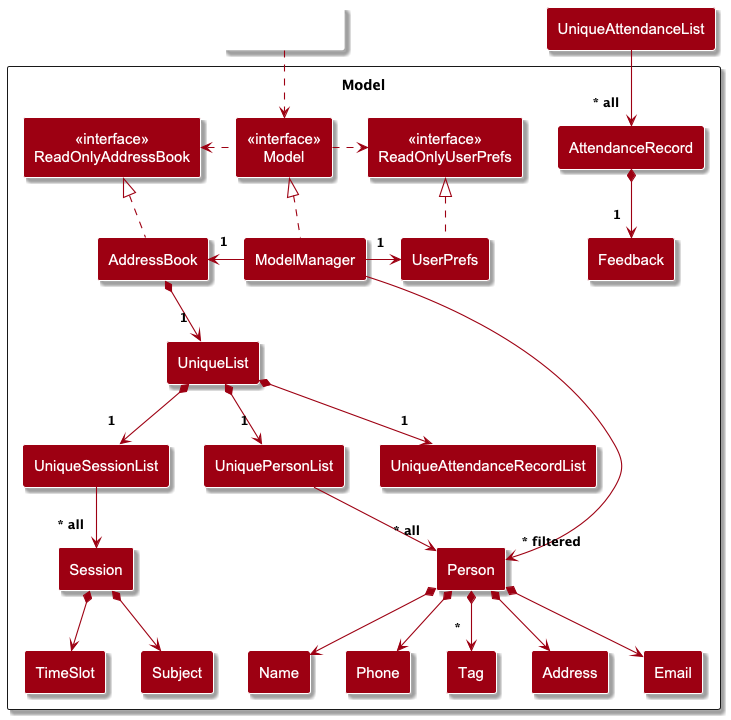
Earlier version of the PlantUML export docs/images/ModelClassDiagram.png (themintchoco/tp).
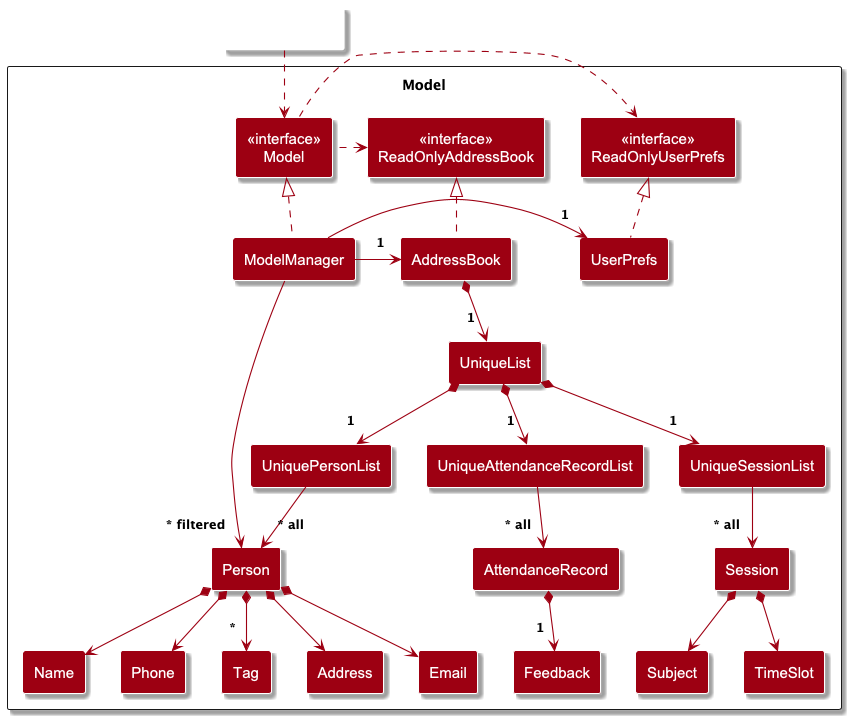
Above is the later version.

Commit message:
Update the uml diagram

Change to the diagram source:
```diff
@@ -59,7 +59,7 @@
 Session *--> Subject
 
 UniqueList *--> "1" UniqueAttendanceRecordList
-UniqueAttendanceList --> "~* all" AttendanceRecord
+UniqueAttendanceRecordList --> "~* all" AttendanceRecord
 
 AttendanceRecord *--> "1" Feedback
 ModelManager --> "~* filtered" Person
```
